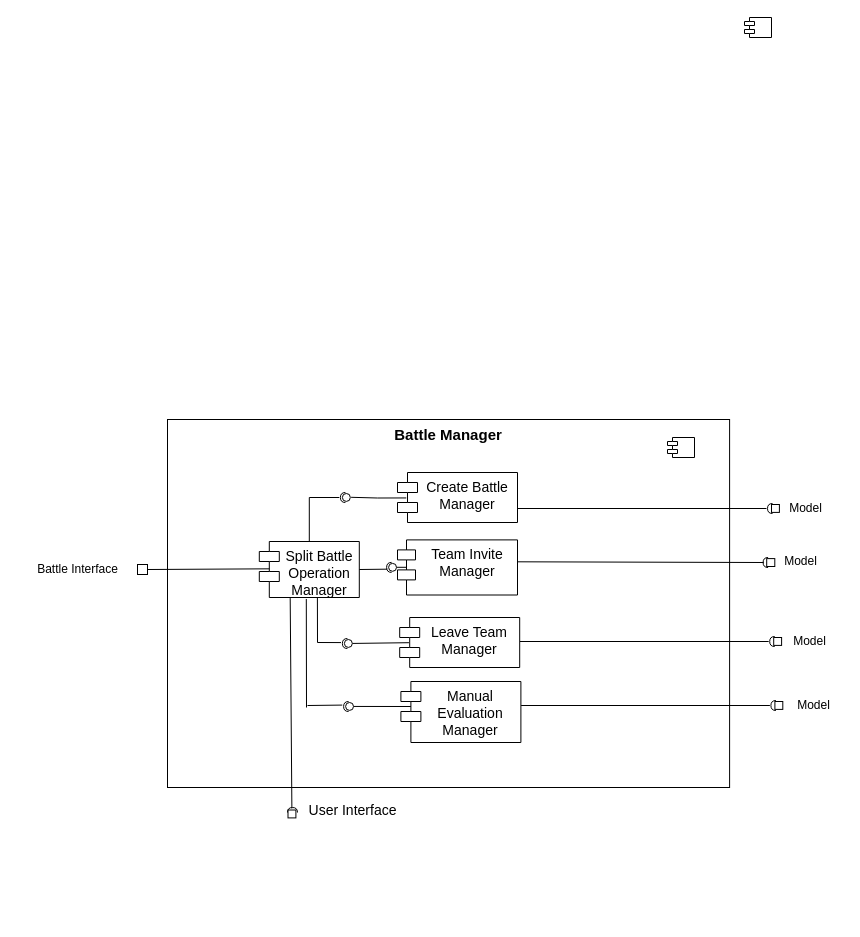
The draw.io diagram page "Battle Manager" (4 of 7) of diagrams/architecture/component_VIEW.drawio in mttcrn/software-engineering-II-project, before the edit. Source tidied: cells renumbered, new cells numbered last; positions are measured from the earlier drawing's top-left corner, leaving out a move shared by most shapes. Both pictures are drawn from the tidied source at 100%, with x=0, y=0 at pixel (27, 17).
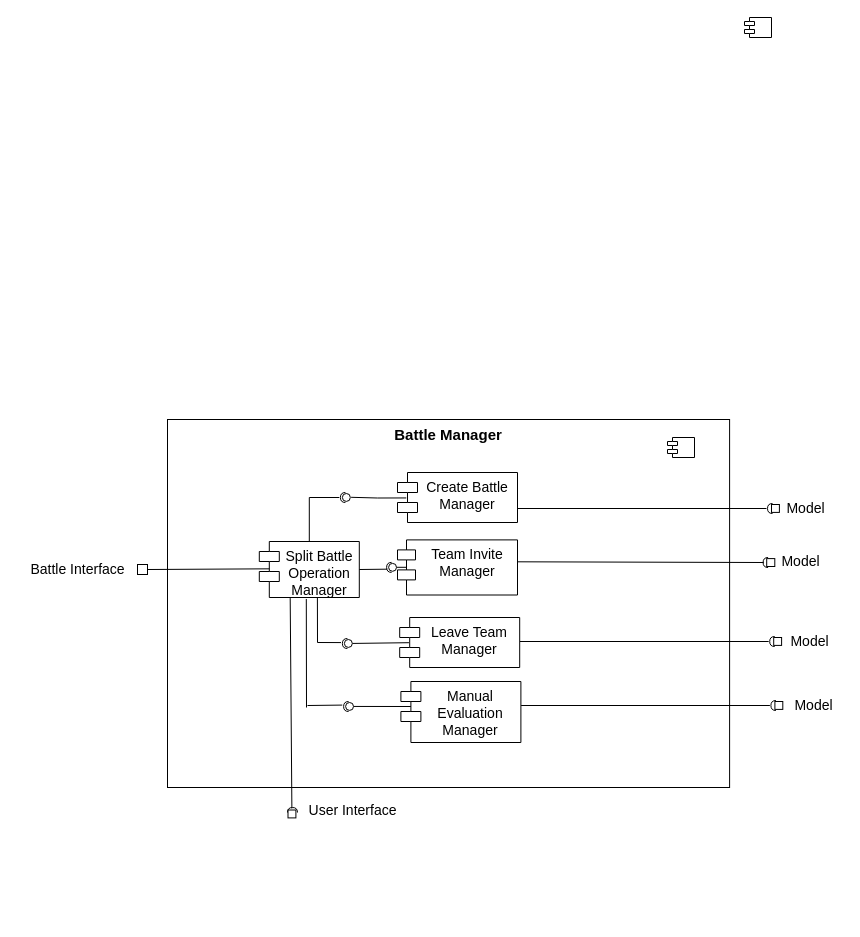
The same page after the edit.

Change to the diagram source:
```diff
@@
-    <mxCell id="49" value="Battle Interface" style="text;html=1;align=center;verticalAlign=middle;strokeColor=none;fillColor=none;" parent="1" vertex="1">
-      <mxGeometry y="537" width="100" height="30" as="geometry" />
+    <mxCell id="49" value="&lt;font style=&quot;font-size: 14px;&quot;&gt;Battle Interface&lt;/font&gt;" style="text;html=1;align=center;verticalAlign=middle;strokeColor=none;fillColor=none;" parent="1" vertex="1">
+      <mxGeometry x="-10" y="537" width="120" height="30" as="geometry" />
     </mxCell>
@@
-    <mxCell id="51" value="Model" style="text;html=1;align=center;verticalAlign=middle;strokeColor=none;fillColor=none;" parent="1" vertex="1">
+    <mxCell id="51" value="&lt;font style=&quot;font-size: 14px;&quot;&gt;Model&lt;/font&gt;" style="text;html=1;align=center;verticalAlign=middle;strokeColor=none;fillColor=none;" parent="1" vertex="1">
       <mxGeometry x="751.9" y="608.9" width="60" height="30" as="geometry" />
     </mxCell>
-    <mxCell id="52" value="Model" style="text;html=1;align=center;verticalAlign=middle;strokeColor=none;fillColor=none;" parent="1" vertex="1">
+    <mxCell id="52" value="&lt;font style=&quot;font-size: 14px;&quot;&gt;Model&lt;/font&gt;" style="text;html=1;align=center;verticalAlign=middle;strokeColor=none;fillColor=none;" parent="1" vertex="1">
       <mxGeometry x="755.8" y="672.5" width="60" height="30" as="geometry" />
     </mxCell>
-    <mxCell id="53" value="Model" style="text;html=1;align=center;verticalAlign=middle;strokeColor=none;fillColor=none;" parent="1" vertex="1">
+    <mxCell id="53" value="&lt;font style=&quot;font-size: 14px;&quot;&gt;Model&lt;/font&gt;" style="text;html=1;align=center;verticalAlign=middle;strokeColor=none;fillColor=none;" parent="1" vertex="1">
       <mxGeometry x="743.4" y="529" width="60" height="30" as="geometry" />
     </mxCell>
-    <mxCell id="54" value="Model" style="text;html=1;align=center;verticalAlign=middle;strokeColor=none;fillColor=none;" parent="1" vertex="1">
+    <mxCell id="54" value="&lt;font style=&quot;font-size: 14px;&quot;&gt;Model&lt;/font&gt;" style="text;html=1;align=center;verticalAlign=middle;strokeColor=none;fillColor=none;" parent="1" vertex="1">
       <mxGeometry x="748.4" y="476" width="60" height="30" as="geometry" />
     </mxCell>
```
